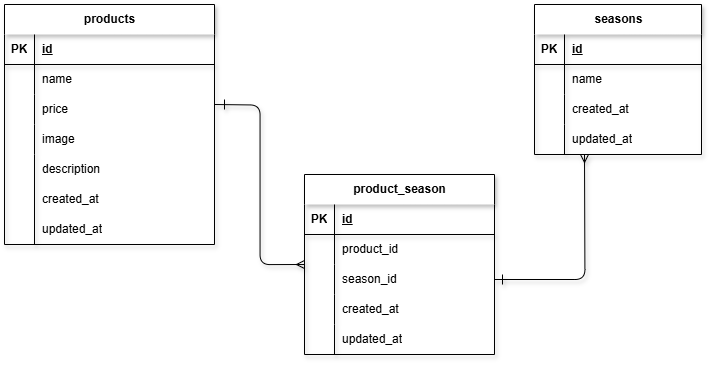
Before: product.png, a diagram exported from draw.io (risa912/product-form). Source tidied: cells renumbered, new cells last; positions are measured from the earlier drawing's top-left corner, leaving out a move shared by most shapes.
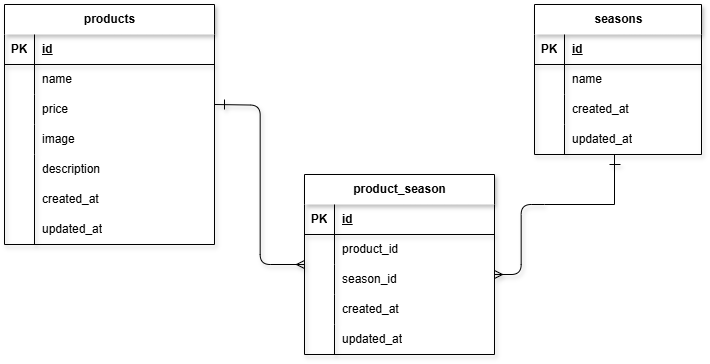
Later version of the same file.

Change to the diagram source:
```diff
@@ -151,9 +151,10 @@
         <mxPoint x="210" y="100" as="sourcePoint" />
       </mxGeometry>
     </mxCell>
-    <mxCell id="49" style="endArrow=ERmany;html=1;endFill=0;exitX=1;exitY=0.5;exitDx=0;exitDy=0;edgeStyle=orthogonalEdgeStyle;shadow=1;swimlaneLine=0;" parent="2" edge="1" source="27">
+    <mxCell id="49" style="endArrow=ERmany;html=1;endFill=0;shadow=1;swimlaneLine=0;edgeStyle=elbowEdgeStyle;elbow=horizontal;" parent="2" edge="1">
       <mxGeometry relative="1" as="geometry">
-        <mxPoint x="580" y="150" as="targetPoint" />
+        <mxPoint x="540" y="200" as="sourcePoint" />
+        <mxPoint x="490" y="270" as="targetPoint" />
       </mxGeometry>
     </mxCell>
     <mxCell id="50" style="endArrow=none;html=1;shadow=1;swimlaneLine=0;" parent="2" edge="1">
@@ -164,9 +165,21 @@
     </mxCell>
     <mxCell id="51" style="endArrow=none;html=1;shadow=1;swimlaneLine=0;" parent="2" edge="1">
       <mxGeometry relative="1" as="geometry">
-        <mxPoint x="498" y="280" as="sourcePoint" />
-        <mxPoint x="498" y="270" as="targetPoint" />
+        <mxPoint x="605" y="160" as="sourcePoint" />
+        <mxPoint x="616" y="160" as="targetPoint" />
       </mxGeometry>
     </mxCell>
+    <mxCell id="52" style="endArrow=none;html=1;" parent="2" edge="1">
+      <mxGeometry relative="1" as="geometry">
+        <mxPoint x="540" y="200" as="sourcePoint" />
+        <mxPoint x="610" y="200" as="targetPoint" />
+      </mxGeometry>
+    </mxCell>
+    <mxCell id="53" style="endArrow=none;html=1;edgeStyle=orthogonalEdgeStyle;" parent="1" edge="1">
+      <mxGeometry relative="1" as="geometry">
+        <mxPoint x="610" y="200" as="sourcePoint" />
+        <mxPoint x="610" y="150" as="targetPoint" />
+      </mxGeometry>
+    </mxCell>
   </root>
 </mxGraphModel>
```
